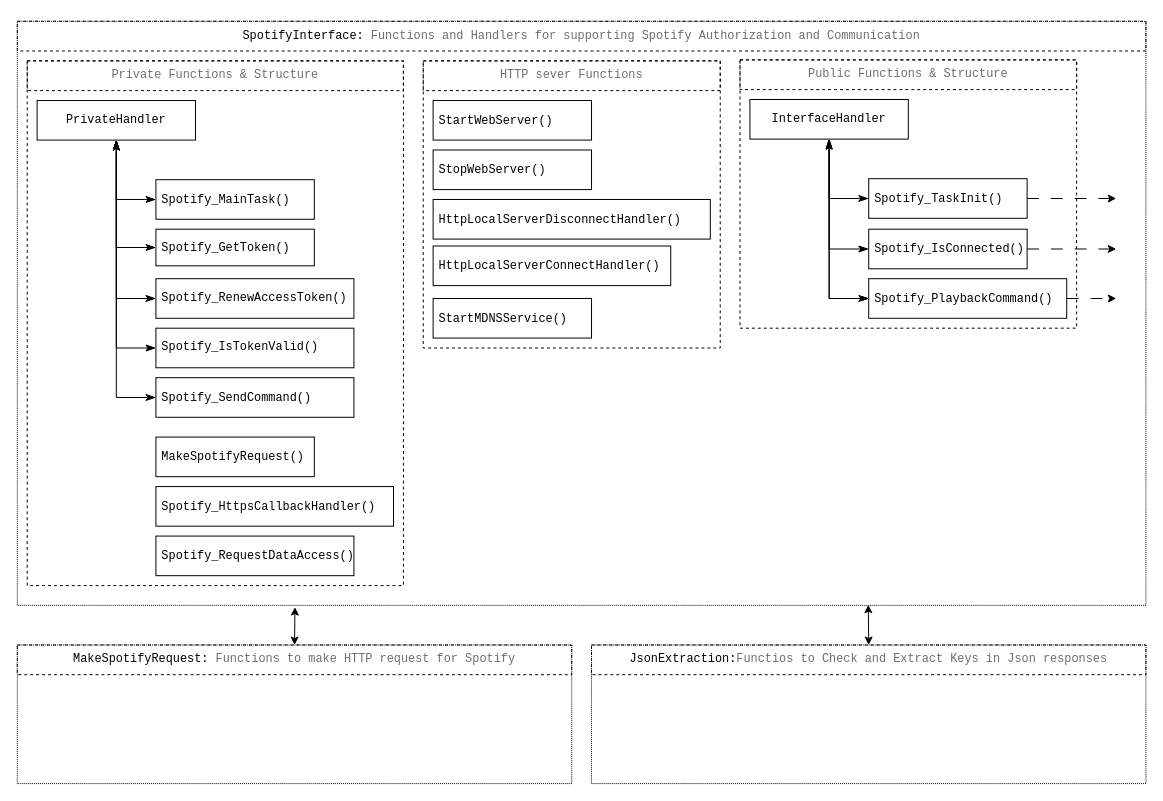
This is components/SpotifyInterface/SpotifyInterface structure.drawio from Behn4m/simple_server_Spotify, a draw.io file, before an edit. Source tidied: cells renumbered, new cells numbered last; positions are measured from the earlier drawing's top-left corner, leaving out a move shared by most shapes. Both pictures are drawn from the tidied source at 99%, with x=0, y=0 at pixel (17, 21).
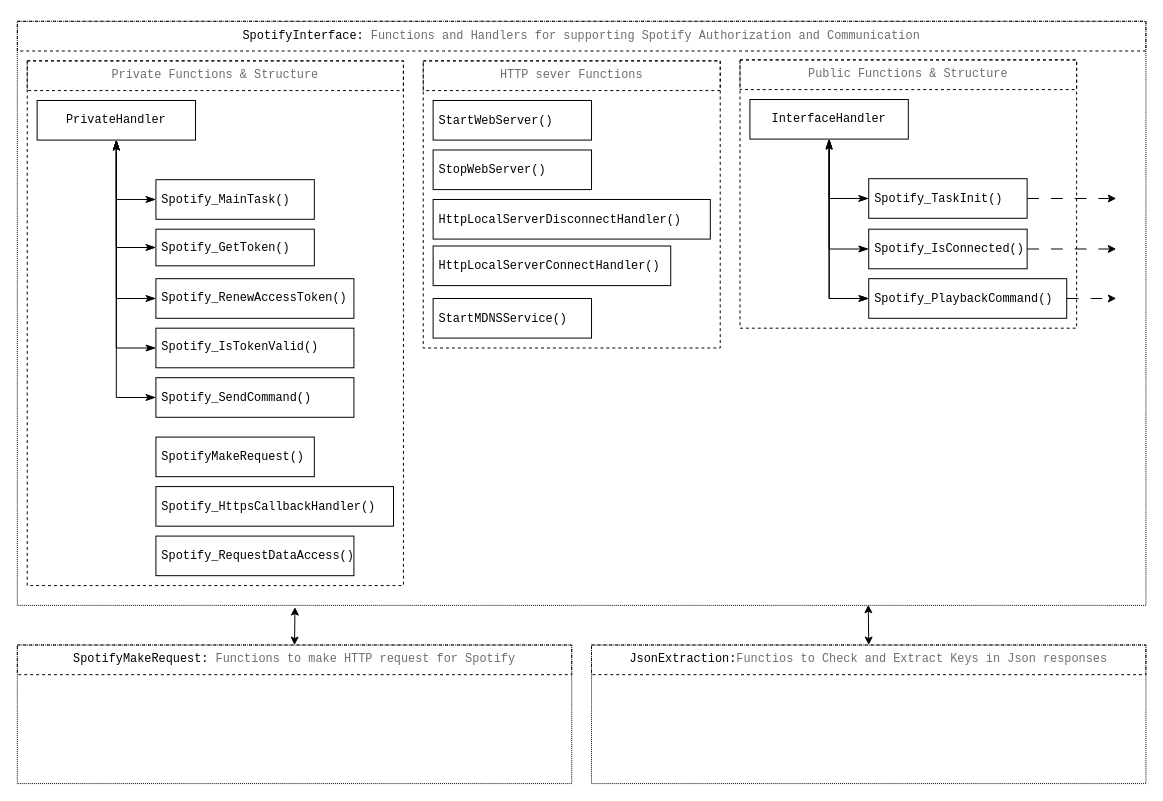
Above is the later version.

The edit, as a diff of the source:
```diff
@@
-    <mxCell id="37" value="&lt;div style=&quot;font-size: 13px;&quot;&gt;&lt;div style=&quot;color: rgb(204, 204, 204); font-family: &amp;quot;Droid Sans Mono&amp;quot;, &amp;quot;monospace&amp;quot;, monospace; font-weight: normal; line-height: 19px;&quot;&gt;&lt;div&gt;&lt;pre&gt;&lt;font style=&quot;font-size: 12px;&quot; color=&quot;#000000&quot;&gt;MakeSpotifyRequest()&lt;/font&gt;&lt;/pre&gt;&lt;/div&gt;&lt;/div&gt;&lt;/div&gt;" style="rounded=0;whiteSpace=wrap;html=1;labelBackgroundColor=none;align=left;spacingLeft=4;fillColor=none;" parent="1" vertex="1">
+    <mxCell id="37" value="&lt;div style=&quot;font-size: 13px;&quot;&gt;&lt;div style=&quot;color: rgb(204, 204, 204); font-family: &amp;quot;Droid Sans Mono&amp;quot;, &amp;quot;monospace&amp;quot;, monospace; font-weight: normal; line-height: 19px;&quot;&gt;&lt;div&gt;&lt;pre&gt;&lt;font style=&quot;font-size: 12px;&quot; color=&quot;#000000&quot;&gt;SpotifyMakeRequest()&lt;/font&gt;&lt;/pre&gt;&lt;/div&gt;&lt;/div&gt;&lt;/div&gt;" style="rounded=0;whiteSpace=wrap;html=1;labelBackgroundColor=none;align=left;spacingLeft=4;fillColor=none;" parent="1" vertex="1">
       <mxGeometry x="140" y="420" width="160" height="40" as="geometry" />
     </mxCell>
@@
-    <mxCell id="42" value="&lt;pre&gt;&lt;font color=&quot;#000000&quot; style=&quot;font-size: 12px;&quot;&gt;MakeSpotifyRequest: &lt;/font&gt;Functions to make HTTP request for Spotify&lt;/pre&gt;" style="text;whiteSpace=wrap;html=1;fontSize=12;verticalAlign=middle;fontColor=#6E6E6E;align=center;strokeColor=default;dashed=1;" parent="1" vertex="1">
+    <mxCell id="42" value="&lt;pre&gt;&lt;font color=&quot;#000000&quot; style=&quot;font-size: 12px;&quot;&gt;SpotifyMakeRequest: &lt;/font&gt;Functions to make HTTP request for Spotify&lt;/pre&gt;" style="text;whiteSpace=wrap;html=1;fontSize=12;verticalAlign=middle;fontColor=#6E6E6E;align=center;strokeColor=default;dashed=1;" parent="1" vertex="1">
       <mxGeometry y="630" width="560" height="30" as="geometry" />
     </mxCell>
```
